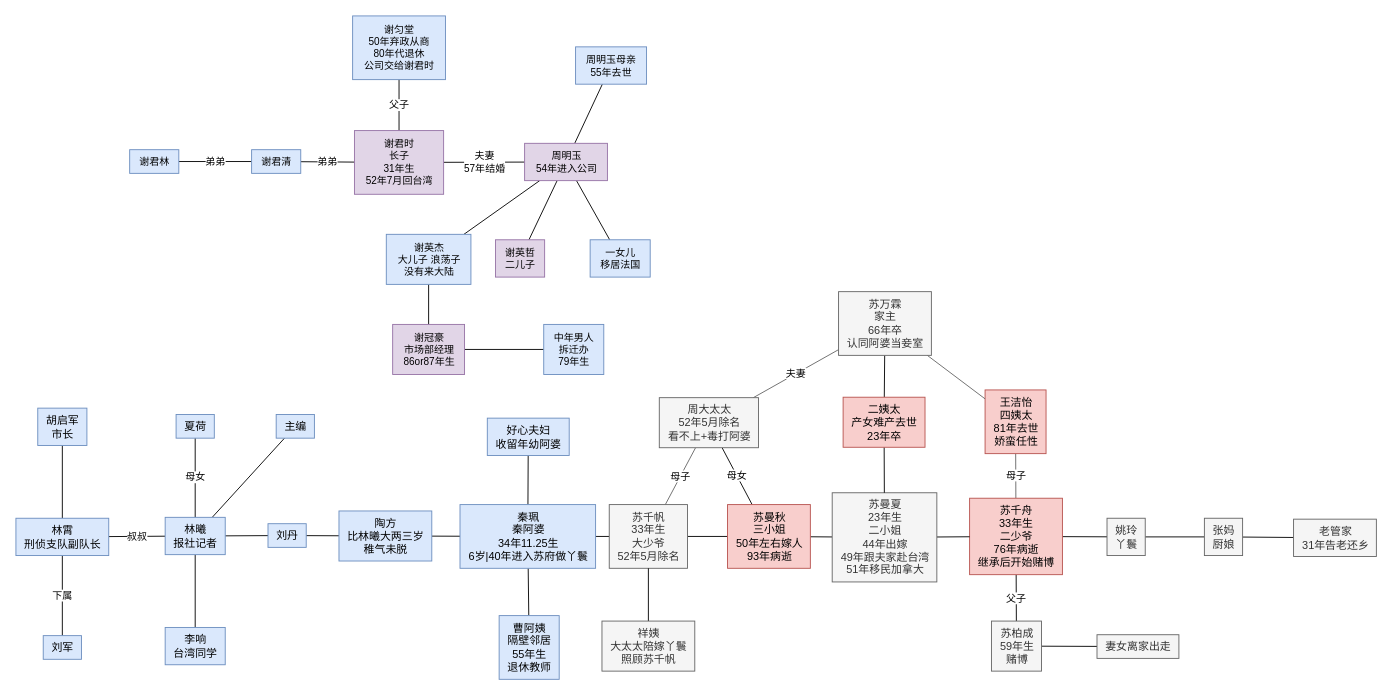
Before: page "来易来，去难去" (13 of 13) of 剧本杀人物关系【总图】.drawio in luboq/draw.io, a draw.io diagram. Source tidied: cells renumbered, new cells numbered last; positions are measured from the earlier drawing's top-left corner, leaving out a move shared by most shapes. Both pictures are drawn from the tidied source at 91%, with x=0, y=0 at pixel (15, 15).
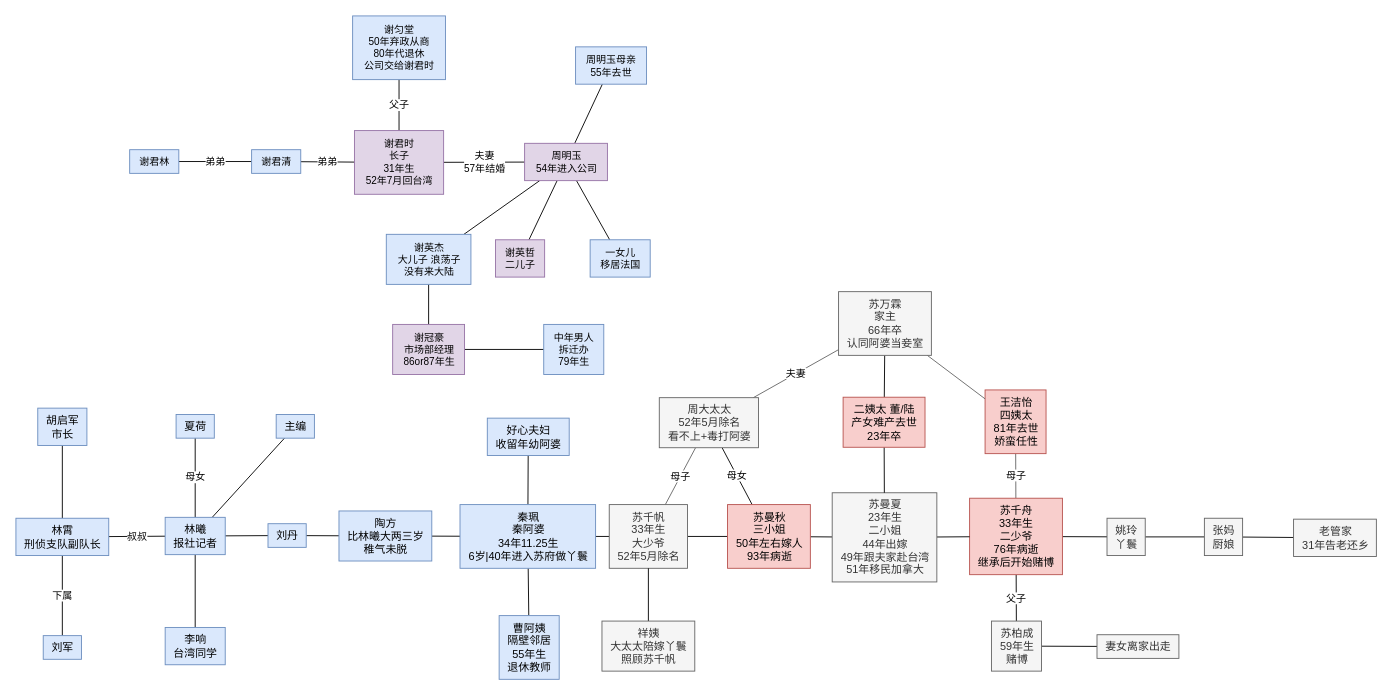
After the change.

Commit message:
更新剧本杀人物关系【总图】.drawio

Diff of the diagram source:
```diff
@@
-    <mxCell id="45" value="二姨太&lt;br&gt;产女难产去世&lt;br&gt;23年卒" style="text;html=1;align=center;verticalAlign=middle;points=[];fillColor=#f8cecc;strokeColor=#b85450;" parent="1" vertex="1">
+    <mxCell id="45" value="二姨太 董/陆&lt;br&gt;产女难产去世&lt;br&gt;23年卒" style="text;html=1;align=center;verticalAlign=middle;points=[];fillColor=#f8cecc;strokeColor=#b85450;" parent="1" vertex="1">
       <mxGeometry x="909" y="419" width="90" height="55" as="geometry" />
     </mxCell>
```
